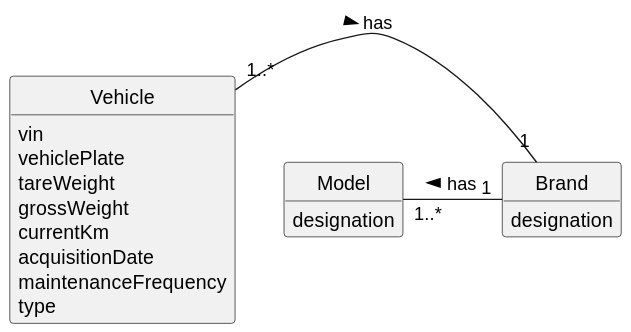
The PlantUML diagram docs/sprintB/us006/02.analysis/svg/us006-domain-model.svg in ricardomm7/leaflink, before a commit.
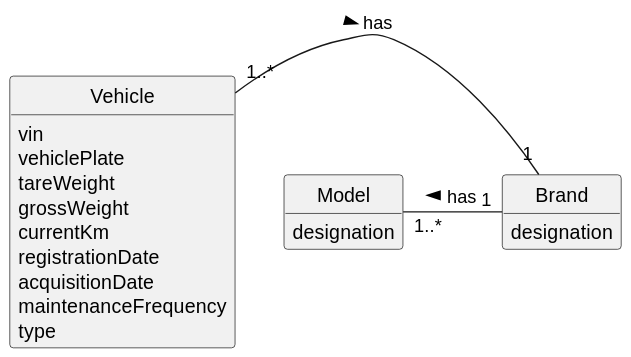
The same diagram one commit later.

The edit, as a diff of the source:
```diff
@@ -16,6 +16,7 @@
 tareWeight
 grossWeight
 currentKm
+registrationDate
 acquisitionDate
 maintenanceFrequency
 type
```
